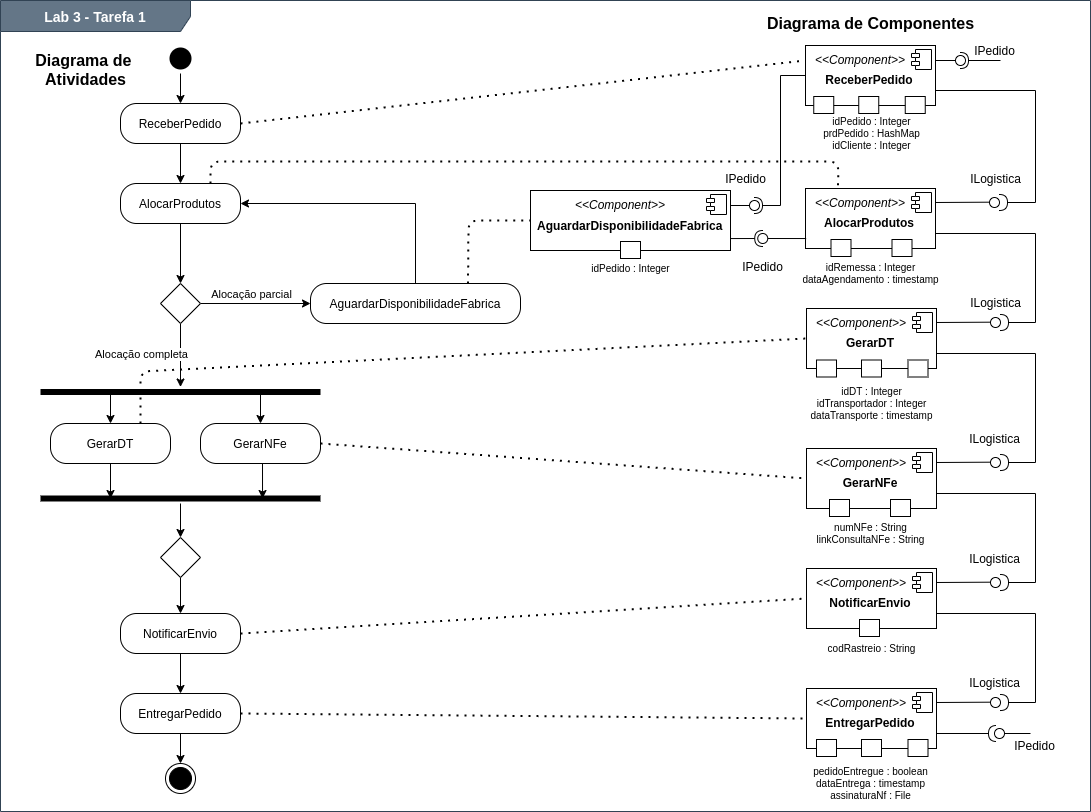
rmmarquini/engsoft-inf331-labs keeps this draw.io diagram as lab3/img/tarefa1.png. Above is the earlier version. Source tidied: cells renumbered, new cells last; positions are measured from the earlier drawing's top-left corner, leaving out a move shared by most shapes.
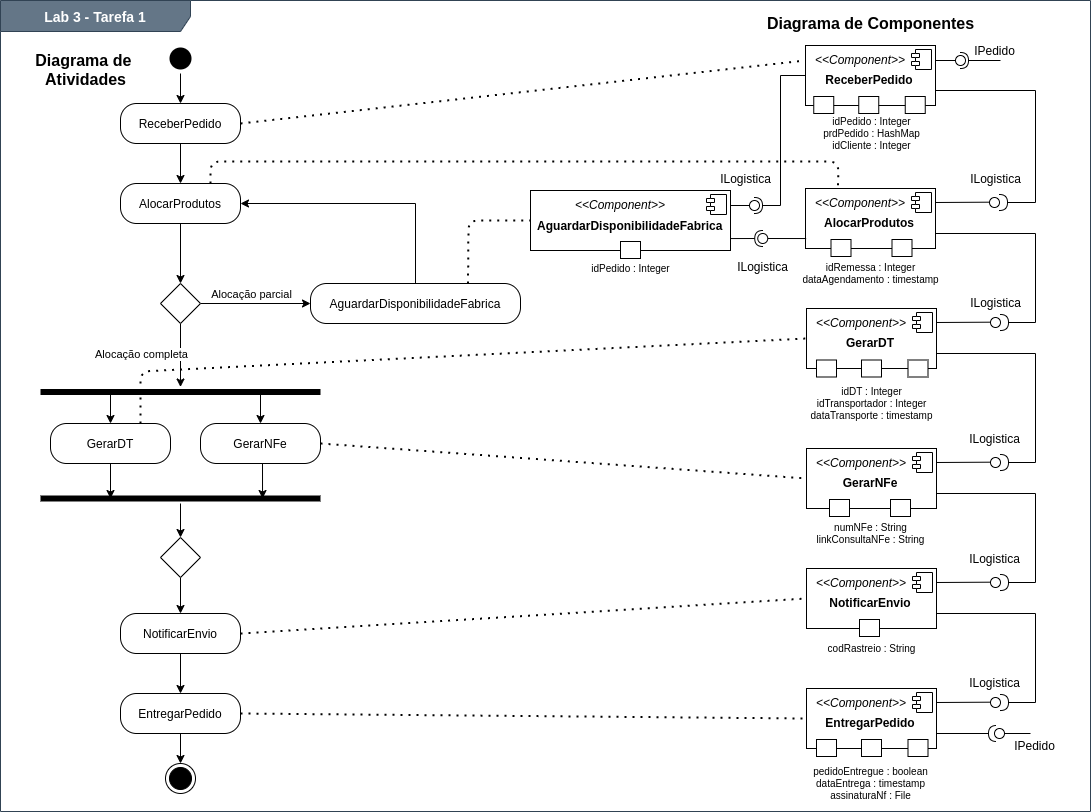
The same file after the commit.

Commit message:
Lab3: correção diagrama tarefa1

What changed in the source:
```diff
@@ -404,11 +404,11 @@
     <mxCell id="112" style="ellipse;whiteSpace=wrap;html=1;fontFamily=Helvetica;fontSize=12;fontColor=#000000;align=center;strokeColor=#000000;fillColor=#ffffff;points=[];" parent="1" vertex="1">
       <mxGeometry x="757.2" y="233" width="10" height="10" as="geometry" />
     </mxCell>
-    <mxCell id="113" value="IPedido" style="text;html=1;align=center;verticalAlign=middle;" parent="1" vertex="1">
-      <mxGeometry x="715" y="168" width="60" height="20" as="geometry" />
+    <mxCell id="113" value="ILogistica" style="text;html=1;align=center;verticalAlign=middle;" parent="1" vertex="1">
+      <mxGeometry x="710" y="168" width="70" height="20" as="geometry" />
     </mxCell>
-    <mxCell id="114" value="IPedido" style="text;html=1;align=center;verticalAlign=middle;" parent="1" vertex="1">
-      <mxGeometry x="732.2" y="256" width="60" height="20" as="geometry" />
+    <mxCell id="114" value="ILogistica" style="text;html=1;align=center;verticalAlign=middle;" parent="1" vertex="1">
+      <mxGeometry x="727.2" y="256" width="70" height="20" as="geometry" />
     </mxCell>
     <mxCell id="115" value="IPedido" style="text;html=1;align=center;verticalAlign=middle;" parent="1" vertex="1">
       <mxGeometry x="964" y="40" width="60" height="20" as="geometry" />
```
